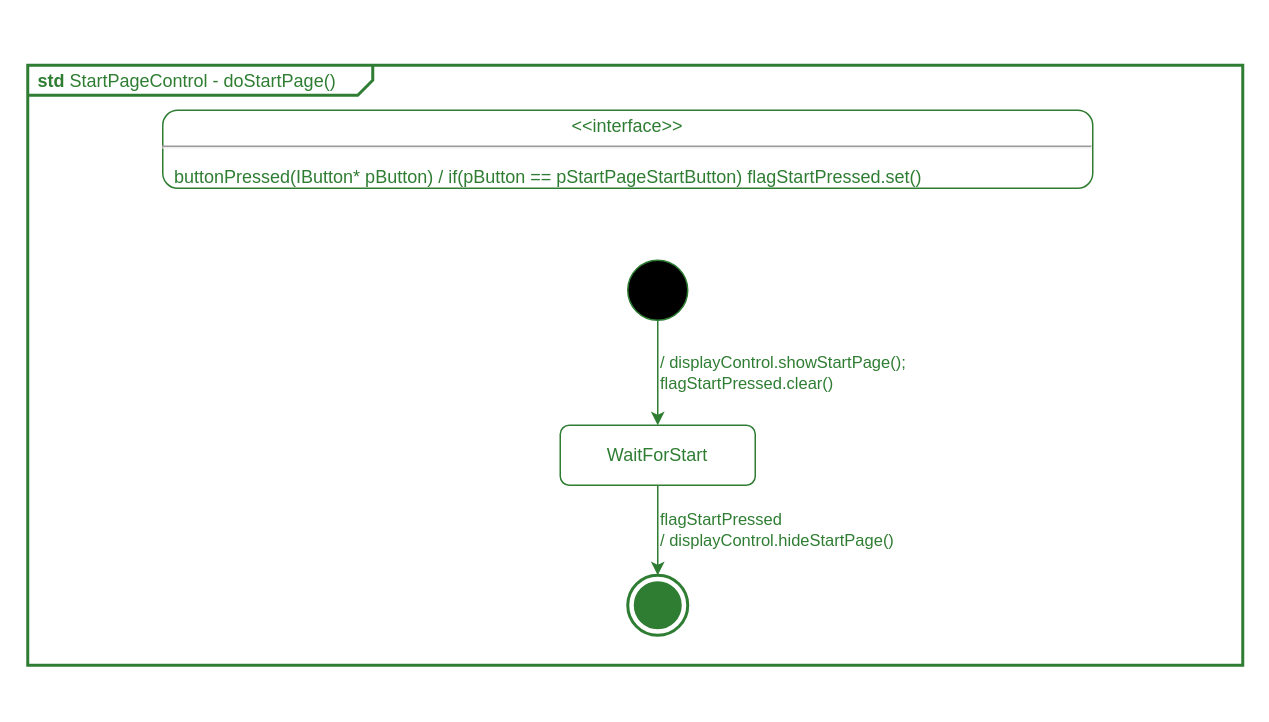
Above: page "STD-StartPageControl" (6 of 11) of apps/pong_simple/models/drawio/pong_cg.drawio in nepbuur1/test_lasergame_2_rework_CleanGUI_godmode (draw.io), before the change. Source tidied: cells renumbered, new cells numbered last; positions are measured from the earlier drawing's top-left corner, leaving out a move shared by most shapes. Both pictures are drawn from the tidied source at 150%, with x=0, y=0 at pixel (27, 64).
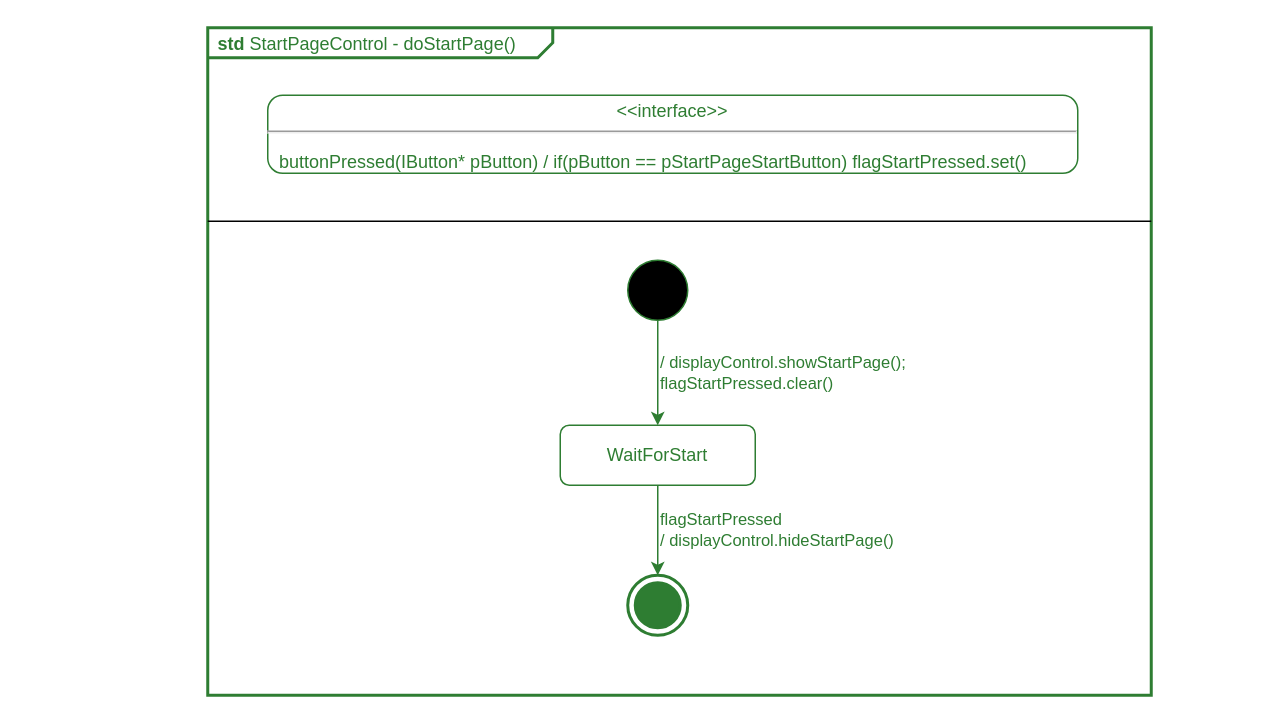
After the change.

The edit, as a diff of the source:
```diff
@@
 <mxGraphModel>
   <root>
     <mxCell id="0" />
     <mxCell id="1" parent="0" />
     <mxCell id="2" value="&lt;p style=&quot;margin:0px;margin-top:4px;margin-left:7px;text-align:left;&quot;&gt;&lt;b&gt;std&lt;/b&gt;  StartPageControl - doStartPage()&lt;/p&gt;" style="html=1;shape=mxgraph.sysml.package;overflow=fill;labelX=230;strokeWidth=2;align=center;strokeColor=#2e7d32;fontColor=#2e7d32;" parent="1" vertex="1">
-      <mxGeometry width="810" height="400" as="geometry" />
+      <mxGeometry x="120" y="-25" width="629" height="445" as="geometry" />
     </mxCell>
     <mxCell id="3" value="&lt;p style=&quot;margin: 0px ; margin-top: 4px ; text-align: center&quot;&gt;&amp;lt;&amp;lt;interface&amp;gt;&amp;gt;&lt;/p&gt;&lt;hr&gt;&lt;p&gt;&lt;/p&gt;&lt;p style=&quot;margin: 0px ; margin-left: 8px ; text-align: left&quot;&gt;buttonPressed(IButton* pButton) / if(pButton == pStartPageStartButton) flagStartPressed.set()&lt;/p&gt;" style="shape=mxgraph.sysml.simpleState;html=1;overflow=fill;whiteSpace=wrap;align=center;strokeColor=#2e7d32;fontColor=#2e7d32;" parent="1" vertex="1">
-      <mxGeometry x="90" y="30" width="620" height="52" as="geometry" />
+      <mxGeometry x="160" y="20" width="540" height="52" as="geometry" />
     </mxCell>
     <mxCell id="4" style="shape=ellipse;html=1;fillColor=#000000;fontSize=18;fontColor=#ffffff;strokeColor=#2e7d32;" parent="1" vertex="1">
       <mxGeometry x="400" y="130" width="40" height="40" as="geometry" />
     </mxCell>
     <mxCell id="5" value="WaitForStart" style="rounded=1;whiteSpace=wrap;html=1;strokeColor=#2e7d32;fontColor=#2e7d32;" parent="1" vertex="1">
       <mxGeometry x="355" y="240" width="130" height="40" as="geometry" />
     </mxCell>
     <mxCell id="6" style="html=1;shape=mxgraph.sysml.actFinal;strokeWidth=2;verticalLabelPosition=bottom;verticalAlignment=top;strokeColor=#2e7d32;fontColor=#2e7d32;" parent="1" vertex="1">
       <mxGeometry x="400" y="340" width="40" height="40" as="geometry" />
     </mxCell>
     <mxCell id="7" value="&lt;div&gt;/ displayControl.showStartPage();&lt;/div&gt;&lt;div&gt;flagStartPressed.clear()&lt;/div&gt;" style="edgeStyle=orthogonalEdgeStyle;rounded=1;jettySize=auto;html=1;curved=0;align=left;labelBackgroundColor=default;strokeColor=#2e7d32;fontColor=#2e7d32;" parent="1" edge="1" source="4" target="5">
       <mxGeometry relative="1" as="geometry" />
     </mxCell>
     <mxCell id="8" value="flagStartPressed&lt;div&gt;/ displayControl.hideStartPage()&lt;/div&gt;" style="edgeStyle=orthogonalEdgeStyle;rounded=1;jettySize=auto;html=1;curved=0;align=left;labelBackgroundColor=default;strokeColor=#2e7d32;fontColor=#2e7d32;" parent="1" edge="1" source="5" target="6">
       <mxGeometry relative="1" as="geometry" />
     </mxCell>
+    <mxCell id="9" style="line;strokeWidth=1;fillColor=none;align=left;verticalAlign=middle;spacingTop=-1;spacingLeft=3;spacingRight=3;labelPosition=right;strokeColor=inherit;" parent="1" vertex="1">
+      <mxGeometry x="120" y="100" width="629" height="8" as="geometry" />
+    </mxCell>
   </root>
 </mxGraphModel>
```
